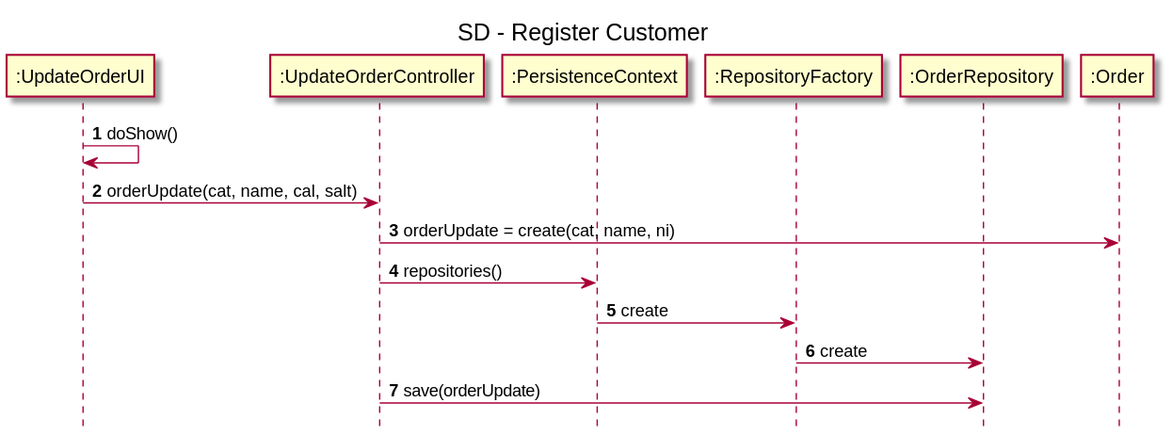
Earlier version of the PlantUML export Documentação/1190772/US2004/US2004_SD.svg (1190772/LAB-Project-4).
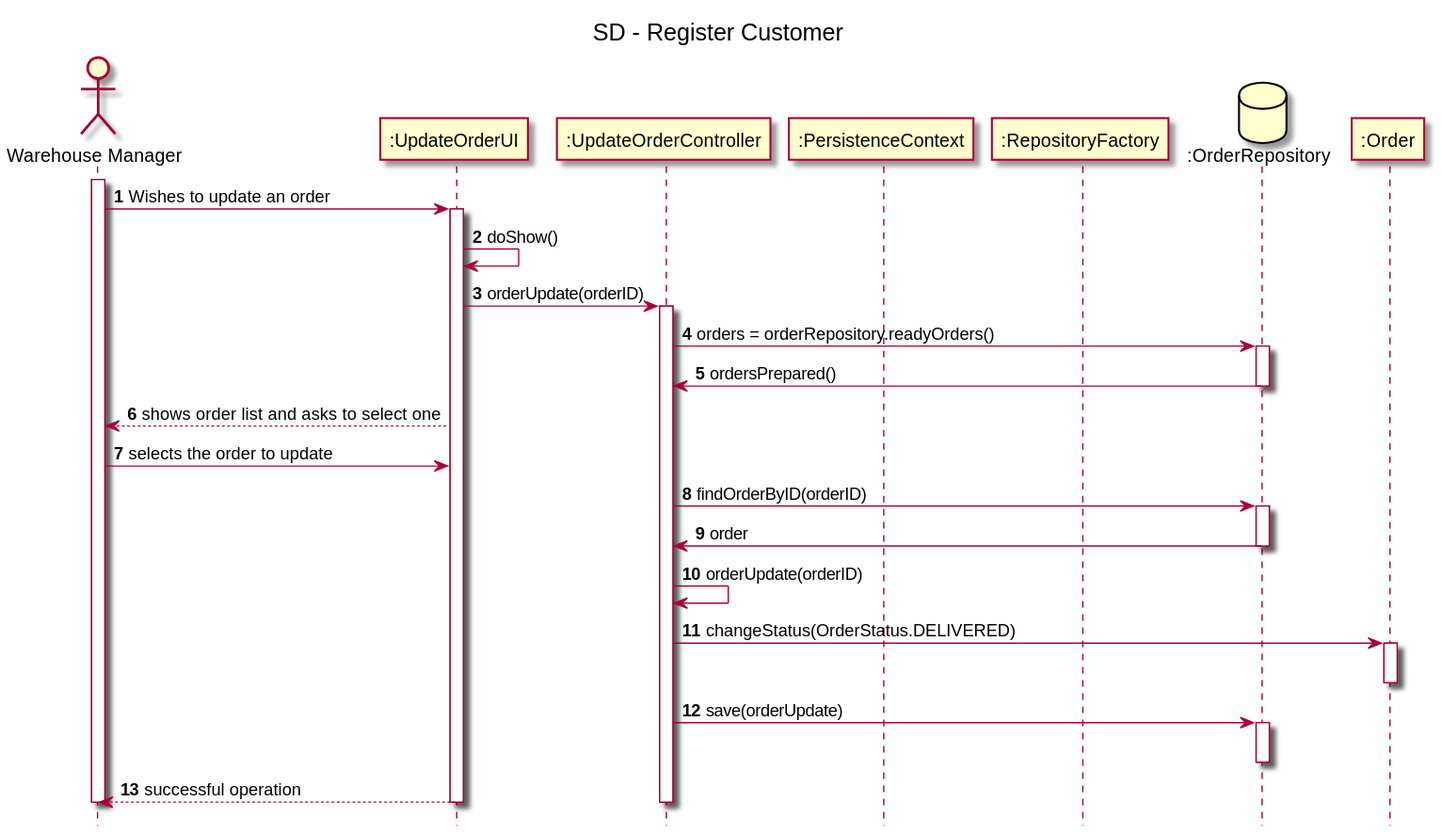
After the commit.

The edit, as a diff of the source:
```diff
@@ -4,22 +4,46 @@
 
 title SD - Register Customer
 
+        actor "Warehouse Manager" as wm
 		participant ":UpdateOrderUI" as ui
 		participant ":UpdateOrderController" as ctrl
 		participant ":PersistenceContext" as pc
 		participant ":RepositoryFactory" as rf
-		participant ":OrderRepository" as repoPC
+		database ":OrderRepository" as repoPC
         participant ":Order" as prod
+        activate wm
+
+        wm -> ui: Wishes to update an order
+        activate ui
 		ui->ui:doShow()
-        		ui->ctrl:orderUpdate(cat, name, cal, salt)
+        		ui->ctrl:orderUpdate(orderID)
+        		activate ctrl
+
+        		ctrl->repoPC:orders = orderRepository.readyOrders()
+        		activate repoPC
+        		repoPC->ctrl: ordersPrepared()
+        		deactivate repoPC
+        		ui --> wm :  shows order list and asks to select one
+        		wm -> ui : selects the order to update
+        		ctrl -> repoPC: findOrderByID(orderID)
+        		activate repoPC
+        		repoPC->ctrl: order
+        		deactivate repoPC
 
 
-        		ctrl->prod:orderUpdate = create(cat, name, ni)
+        		ctrl->ctrl: orderUpdate(orderID)
+        		ctrl -> prod : changeStatus(OrderStatus.DELIVERED)
+        		activate prod
+        		deactivate prod
 
-        		ctrl->pc:repositories()
-        		pc->rf:create
-        		rf->repoPC:create
+
         		ctrl->repoPC:save(orderUpdate)
+        		activate repoPC
+        		deactivate repoPC
+        		ui --> wm: successful operation
+        		deactivate ctrl
+        		deactivate ui
+        		deactivate wm
 
 
 
```
